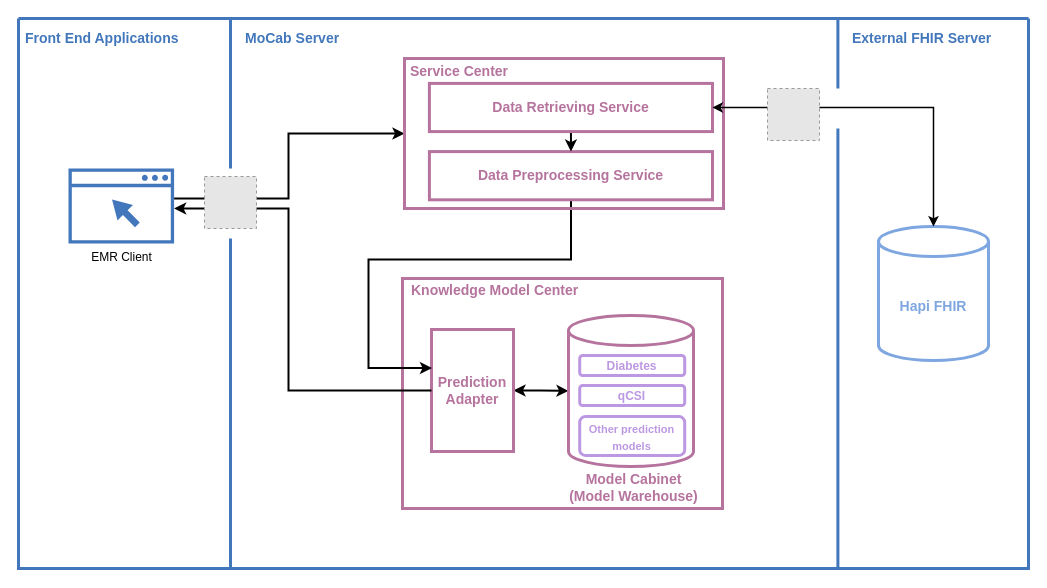
This is Document/Mocab Architecture_simplify.drawio from billkuojhgf/Model-on-fhir, a draw.io file, before an edit. Source tidied: cells renumbered, new cells numbered last; positions are measured from the earlier drawing's top-left corner, leaving out a move shared by most shapes. Both pictures are drawn from the tidied source at 100%, with x=0, y=0 at pixel (18, 18). Pictures stored in the file or linked from it are replaced by grey dashed boxes.
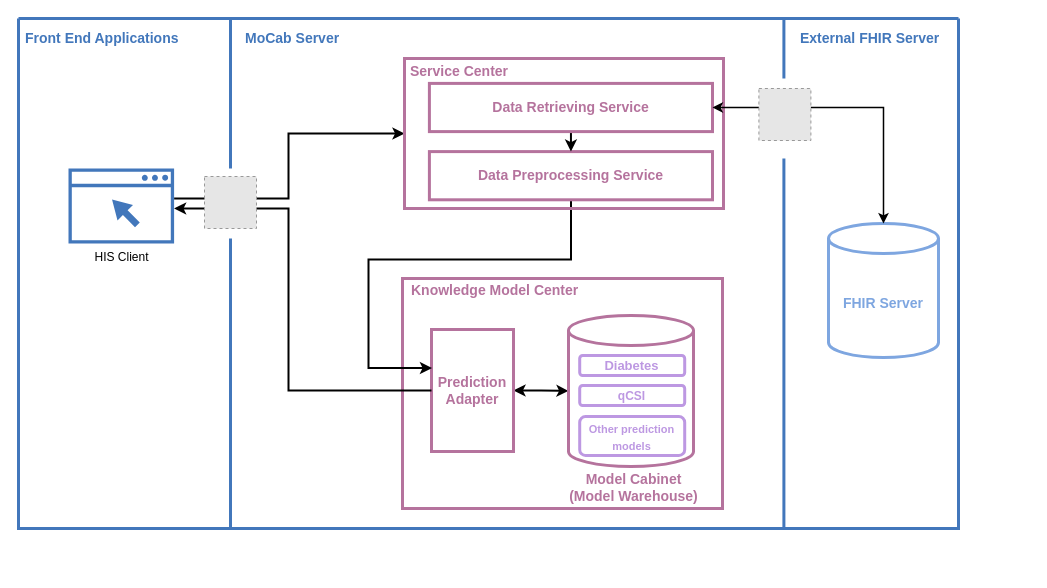
After the change.

The change refers to these unchanged cells:
```xml
<mxCell id="16" style="group;" parent="12" vertex="1">
  <mxGeometry x="165" y="-3" width="125" height="151" as="geometry" />
</mxCell>
```

What changed in the source:
```diff
@@
     <mxCell id="2" style="swimlane;shadow=0;strokeColor=#4277BB;fillColor=#ffffff;fontColor=none;align=right;startSize=0;noLabel=1;strokeWidth=3;" parent="1" vertex="1">
-      <mxGeometry width="1010" height="550" as="geometry" />
+      <mxGeometry width="940" height="510" as="geometry" />
     </mxCell>
@@
     <mxCell id="5" style="line;strokeWidth=3;direction=south;html=1;shadow=0;labelBackgroundColor=none;fillColor=none;gradientColor=none;fontSize=12;fontColor=#4277BB;align=right;strokeColor=#4277BB;" parent="2" vertex="1">
-      <mxGeometry x="814.4" width="10" height="70" as="geometry" />
+      <mxGeometry x="760.4" width="10" height="60" as="geometry" />
     </mxCell>
@@
     <mxCell id="7" value="External FHIR Server" style="text;html=1;align=left;verticalAlign=middle;fontColor=#4277BB;shadow=0;dashed=0;strokeColor=none;fillColor=none;labelBackgroundColor=none;fontStyle=1;fontSize=14;spacingLeft=5;" parent="2" vertex="1">
-      <mxGeometry x="827.4" y="10" width="150" height="20" as="geometry" />
+      <mxGeometry x="775.4" y="10" width="150" height="20" as="geometry" />
     </mxCell>
@@
-    <mxCell id="9" value="EMR Client" style="sketch=0;shadow=0;dashed=0;html=1;strokeColor=none;fillColor=#4277bb;labelPosition=center;verticalLabelPosition=bottom;verticalAlign=top;align=center;outlineConnect=0;shape=mxgraph.vvd.web_browser;" parent="2" vertex="1">
+    <mxCell id="9" value="HIS Client" style="sketch=0;shadow=0;dashed=0;html=1;strokeColor=none;fillColor=#4277bb;labelPosition=center;verticalLabelPosition=bottom;verticalAlign=top;align=center;outlineConnect=0;shape=mxgraph.vvd.web_browser;" parent="2" vertex="1">
       <mxGeometry x="50" y="150" width="105.6" height="75" as="geometry" />
     </mxCell>
-    <mxCell id="10" value="&lt;b&gt;&lt;font color=&quot;#7ea6e0&quot; style=&quot;font-size: 14px;&quot;&gt;Hapi FHIR&lt;/font&gt;&lt;/b&gt;" style="shape=cylinder3;whiteSpace=wrap;html=1;boundedLbl=1;backgroundOutline=1;size=15;fontColor=#FF9933;strokeColor=#7EA6E0;strokeWidth=3;fillColor=none;" parent="2" vertex="1">
-      <mxGeometry x="860" y="208" width="110" height="134" as="geometry" />
+    <mxCell id="10" value="&lt;b&gt;&lt;font color=&quot;#7ea6e0&quot; style=&quot;font-size: 14px;&quot;&gt;FHIR Server&lt;/font&gt;&lt;/b&gt;" style="shape=cylinder3;whiteSpace=wrap;html=1;boundedLbl=1;backgroundOutline=1;size=15;fontColor=#FF9933;strokeColor=#7EA6E0;strokeWidth=3;fillColor=none;" parent="2" vertex="1">
+      <mxGeometry x="810" y="205" width="110" height="134" as="geometry" />
     </mxCell>
@@
-    <mxCell id="18" value="&lt;b&gt;&lt;font color=&quot;#bd98e2&quot; style=&quot;font-size: 12px;&quot;&gt;Diabetes&lt;/font&gt;&lt;/b&gt;" style="rounded=1;whiteSpace=wrap;html=1;fontSize=14;fontColor=#FF9933;strokeColor=#BD98E2;strokeWidth=3;fillColor=none;" parent="16" vertex="1">
+    <mxCell id="18" value="&lt;b&gt;&lt;font color=&quot;#bd98e2&quot; style=&quot;font-size: 13px;&quot;&gt;Diabetes&lt;/font&gt;&lt;/b&gt;" style="rounded=1;whiteSpace=wrap;html=1;fontSize=14;fontColor=#FF9933;strokeColor=#BD98E2;strokeWidth=3;fillColor=none;" parent="16" vertex="1">
       <mxGeometry x="11.2" y="40" width="105" height="20" as="geometry" />
     </mxCell>
@@
     <mxCell id="29" style="line;strokeWidth=3;direction=south;html=1;shadow=0;labelBackgroundColor=none;fillColor=none;gradientColor=none;fontSize=12;fontColor=#4277BB;align=right;strokeColor=#4277BB;" parent="2" vertex="1">
-      <mxGeometry x="814.4" y="110" width="10" height="440" as="geometry" />
+      <mxGeometry x="760.4" y="140" width="10" height="370" as="geometry" />
     </mxCell>
@@
     <mxCell id="32" style="line;strokeWidth=3;direction=south;html=1;shadow=0;labelBackgroundColor=none;fillColor=none;gradientColor=none;fontSize=12;fontColor=#4277BB;align=right;strokeColor=#4277BB;" parent="2" vertex="1">
-      <mxGeometry x="207" y="220" width="10" height="330" as="geometry" />
+      <mxGeometry x="207" y="220" width="10" height="290" as="geometry" />
     </mxCell>
@@
     <mxCell id="34" style="fillColor=#E6E6E6;strokeColor=#999999;dashed=1;verticalLabelPosition=bottom;labelBackgroundColor=default;verticalAlign=top;" parent="2" vertex="1">
-      <mxGeometry x="749" y="70" width="52" height="52" as="geometry" />
+      <mxGeometry x="740.4" y="70" width="52" height="52" as="geometry" />
     </mxCell>
```
